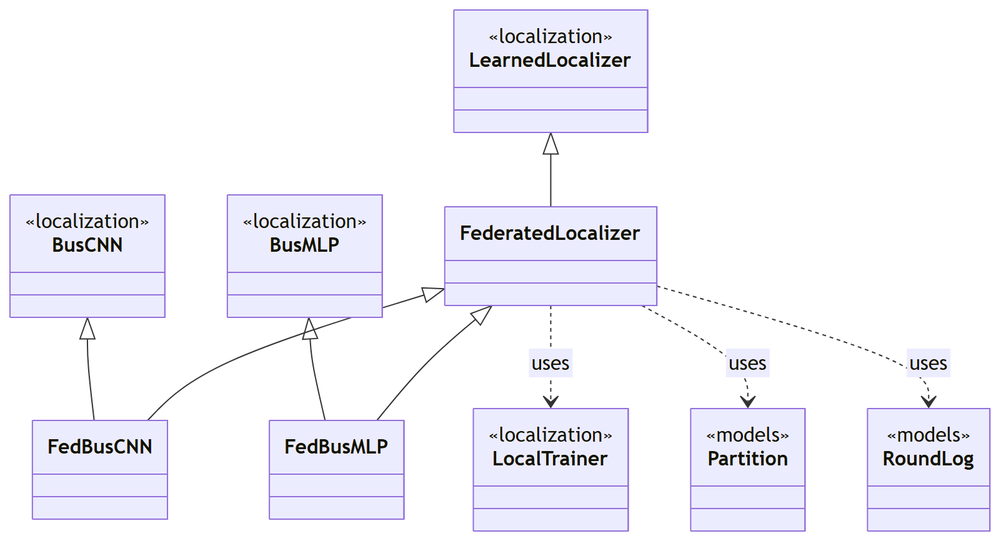
This is docs/figures/diagrams/classes_federated.png from myersben9/fdia-graph, a Mermaid export, as it was before one commit. Its source is kept beside it as docs/figures/diagrams/classes_federated.mmd. The source it was exported from:
```mermaid
classDiagram
    class FederatedLocalizer {
    }
    class FedBusMLP {
    }
    class FedBusCNN {
    }
    class BusCNN {
        <<localization>>
    }
    class BusMLP {
        <<localization>>
    }
    class LearnedLocalizer {
        <<localization>>
    }
    class LocalTrainer {
        <<localization>>
    }
    class Partition {
        <<models>>
    }
    class RoundLog {
        <<models>>
    }
    BusCNN <|-- FedBusCNN
    BusMLP <|-- FedBusMLP
    FederatedLocalizer <|-- FedBusCNN
    FederatedLocalizer <|-- FedBusMLP
    LearnedLocalizer <|-- FederatedLocalizer
    FederatedLocalizer ..> LocalTrainer : uses
    FederatedLocalizer ..> Partition : uses
    FederatedLocalizer ..> RoundLog : uses
```
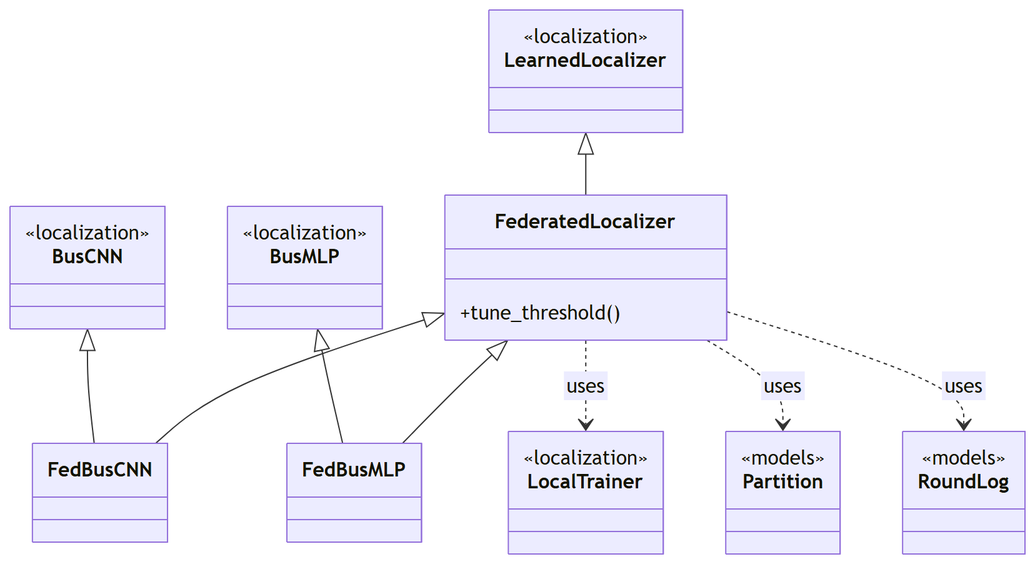
Later version of the same file.

Diff of the diagram source:
```diff
@@ -1,5 +1,6 @@
 classDiagram
     class FederatedLocalizer {
+        +tune_threshold()
     }
     class FedBusMLP {
     }
```
